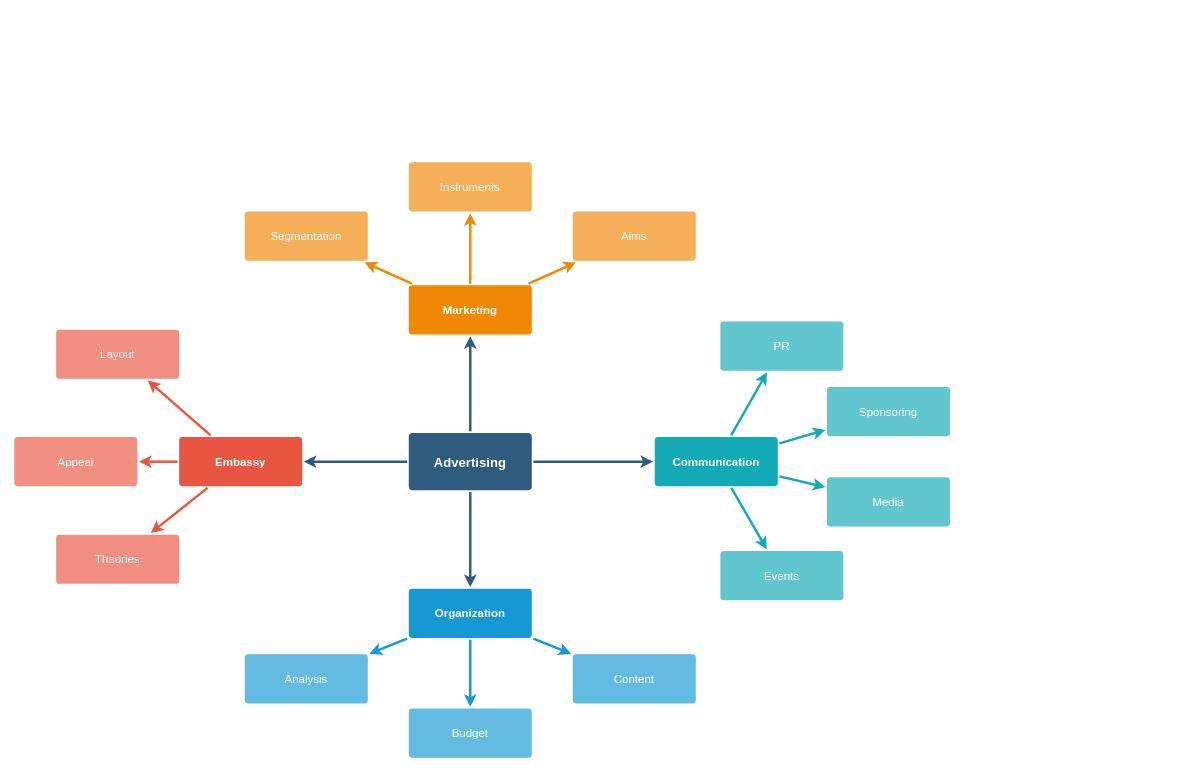
This is Validacao_JVC_Ciclo_03.drawio from Heartless-Caesar/Estudos, a draw.io file, before an edit. Source tidied: cells renumbered, new cells numbered last; positions are measured from the earlier drawing's top-left corner, leaving out a move shared by most shapes. Both pictures are drawn from the tidied source at 82%, with x=0, y=0 at pixel (14, 162).
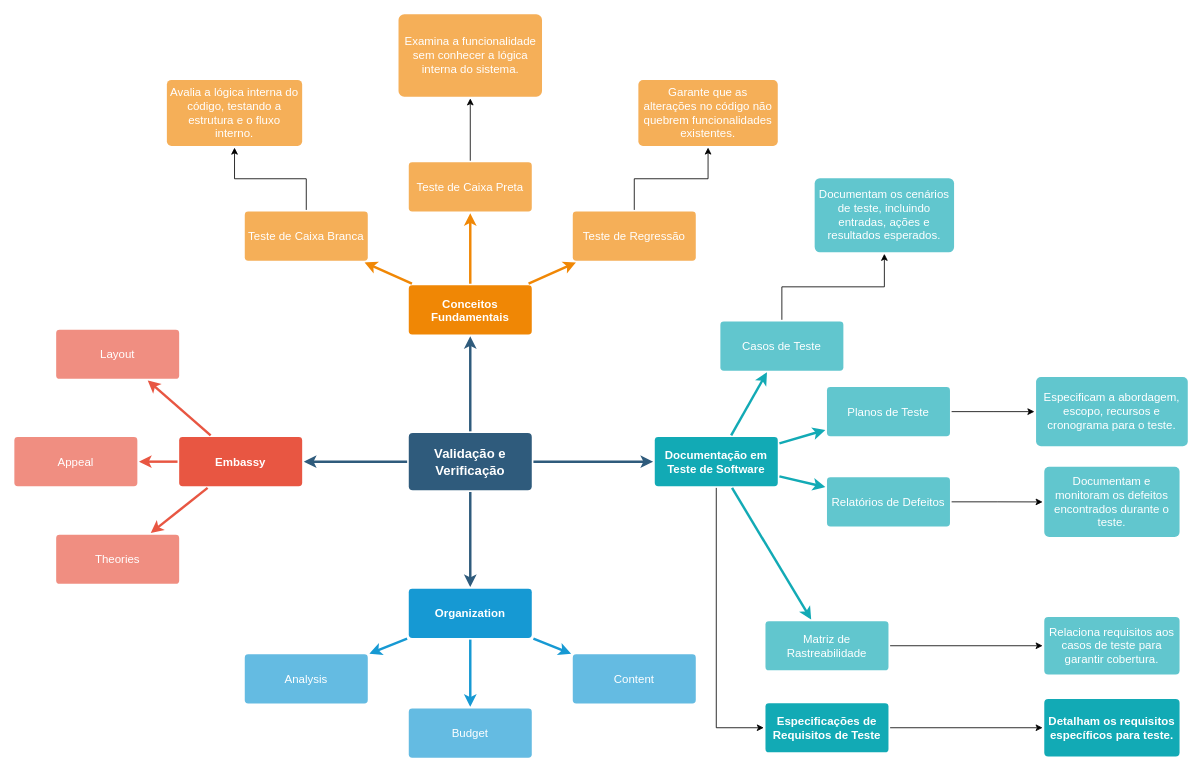
Above is the later version.

Diff of the diagram source:
```diff
@@
-    <mxCell id="6" value="Advertising" style="rounded=1;whiteSpace=wrap;html=1;shadow=0;labelBackgroundColor=none;strokeColor=none;strokeWidth=3;fillColor=#2F5B7C;fontFamily=Helvetica;fontSize=16;fontColor=#FFFFFF;align=center;fontStyle=1;spacing=5;arcSize=7;perimeterSpacing=2;" parent="1" vertex="1">
+    <mxCell id="6" value="Validação e Verificação" style="rounded=1;whiteSpace=wrap;html=1;shadow=0;labelBackgroundColor=none;strokeColor=none;strokeWidth=3;fillColor=#2F5B7C;fontFamily=Helvetica;fontSize=16;fontColor=#FFFFFF;align=center;fontStyle=1;spacing=5;arcSize=7;perimeterSpacing=2;" parent="1" vertex="1">
       <mxGeometry x="481" y="330.5" width="150" height="70" as="geometry" />
     </mxCell>
@@
-    <mxCell id="21" value="Marketing" style="rounded=1;whiteSpace=wrap;html=1;shadow=0;labelBackgroundColor=none;strokeColor=none;strokeWidth=3;fillColor=#F08705;fontFamily=Helvetica;fontSize=14;fontColor=#FFFFFF;align=center;spacing=5;fontStyle=1;arcSize=7;perimeterSpacing=2;" parent="1" vertex="1">
+    <mxCell id="21" value="Conceitos Fundamentais" style="rounded=1;whiteSpace=wrap;html=1;shadow=0;labelBackgroundColor=none;strokeColor=none;strokeWidth=3;fillColor=#F08705;fontFamily=Helvetica;fontSize=14;fontColor=#FFFFFF;align=center;spacing=5;fontStyle=1;arcSize=7;perimeterSpacing=2;" parent="1" vertex="1">
       <mxGeometry x="481" y="150.5" width="150" height="60" as="geometry" />
     </mxCell>
+    <mxCell id="37" style="edgeStyle=orthogonalEdgeStyle;rounded=0;jettySize=auto;html=1;" parent="1" edge="1" source="22" target="47">
+      <mxGeometry relative="1" as="geometry" />
+    </mxCell>
-    <mxCell id="22" value="Aims&lt;br&gt;" style="rounded=1;whiteSpace=wrap;html=1;shadow=0;labelBackgroundColor=none;strokeColor=none;strokeWidth=3;fillColor=#f5af58;fontFamily=Helvetica;fontSize=14;fontColor=#FFFFFF;align=center;spacing=5;arcSize=7;perimeterSpacing=2;" parent="1" vertex="1">
+    <mxCell id="22" value="Teste de Regressão" style="rounded=1;whiteSpace=wrap;html=1;shadow=0;labelBackgroundColor=none;strokeColor=none;strokeWidth=3;fillColor=#f5af58;fontFamily=Helvetica;fontSize=14;fontColor=#FFFFFF;align=center;spacing=5;arcSize=7;perimeterSpacing=2;" parent="1" vertex="1">
       <mxGeometry x="681" y="60.5" width="150" height="60" as="geometry" />
     </mxCell>
@@
+    <mxCell id="38" style="edgeStyle=orthogonalEdgeStyle;rounded=0;jettySize=auto;html=1;" parent="1" edge="1" source="24" target="46">
+      <mxGeometry relative="1" as="geometry" />
+    </mxCell>
-    <mxCell id="24" value="Instruments" style="rounded=1;whiteSpace=wrap;html=1;shadow=0;labelBackgroundColor=none;strokeColor=none;strokeWidth=3;fillColor=#f5af58;fontFamily=Helvetica;fontSize=14;fontColor=#FFFFFF;align=center;spacing=5;arcSize=7;perimeterSpacing=2;" parent="1" vertex="1">
+    <mxCell id="24" value="Teste de Caixa Preta" style="rounded=1;whiteSpace=wrap;html=1;shadow=0;labelBackgroundColor=none;strokeColor=none;strokeWidth=3;fillColor=#f5af58;fontFamily=Helvetica;fontSize=14;fontColor=#FFFFFF;align=center;spacing=5;arcSize=7;perimeterSpacing=2;" parent="1" vertex="1">
       <mxGeometry x="481" y="0.5" width="150" height="60" as="geometry" />
     </mxCell>
@@
+    <mxCell id="39" style="edgeStyle=orthogonalEdgeStyle;rounded=0;jettySize=auto;html=1;" parent="1" edge="1" source="26" target="45">
+      <mxGeometry relative="1" as="geometry" />
+    </mxCell>
-    <mxCell id="26" value="Segmentation" style="rounded=1;whiteSpace=wrap;html=1;shadow=0;labelBackgroundColor=none;strokeColor=none;strokeWidth=3;fillColor=#f5af58;fontFamily=Helvetica;fontSize=14;fontColor=#FFFFFF;align=center;spacing=5;arcSize=7;perimeterSpacing=2;" parent="1" vertex="1">
+    <mxCell id="26" value="Teste de Caixa Branca" style="rounded=1;whiteSpace=wrap;html=1;shadow=0;labelBackgroundColor=none;strokeColor=none;strokeWidth=3;fillColor=#f5af58;fontFamily=Helvetica;fontSize=14;fontColor=#FFFFFF;align=center;spacing=5;arcSize=7;perimeterSpacing=2;" parent="1" vertex="1">
       <mxGeometry x="281" y="60.5" width="150" height="60" as="geometry" />
     </mxCell>
@@
+    <mxCell id="40" style="edgeStyle=orthogonalEdgeStyle;rounded=0;jettySize=auto;html=1;" parent="1" edge="1" source="28" target="49">
+      <mxGeometry relative="1" as="geometry">
+        <Array as="points">
+          <mxPoint x="856" y="690" />
+        </Array>
+      </mxGeometry>
+    </mxCell>
-    <mxCell id="28" value="Communication" style="rounded=1;whiteSpace=wrap;html=1;shadow=0;labelBackgroundColor=none;strokeColor=none;strokeWidth=3;fillColor=#12aab5;fontFamily=Helvetica;fontSize=14;fontColor=#FFFFFF;align=center;spacing=5;fontStyle=1;arcSize=7;perimeterSpacing=2;" parent="1" vertex="1">
+    <mxCell id="28" value="Documentação em Teste de Software" style="rounded=1;whiteSpace=wrap;html=1;shadow=0;labelBackgroundColor=none;strokeColor=none;strokeWidth=3;fillColor=#12aab5;fontFamily=Helvetica;fontSize=14;fontColor=#FFFFFF;align=center;spacing=5;fontStyle=1;arcSize=7;perimeterSpacing=2;" parent="1" vertex="1">
       <mxGeometry x="781" y="335.5" width="150" height="60" as="geometry" />
     </mxCell>
+    <mxCell id="41" style="edgeStyle=orthogonalEdgeStyle;rounded=0;jettySize=auto;html=1;" parent="1" edge="1" source="29" target="53">
+      <mxGeometry relative="1" as="geometry" />
+    </mxCell>
-    <mxCell id="29" value="Events" style="rounded=1;whiteSpace=wrap;html=1;shadow=0;labelBackgroundColor=none;strokeColor=none;strokeWidth=3;fillColor=#61c6ce;fontFamily=Helvetica;fontSize=14;fontColor=#FFFFFF;align=center;spacing=5;fontStyle=0;arcSize=7;perimeterSpacing=2;" parent="1" vertex="1">
-      <mxGeometry x="861" y="474.5" width="150" height="60" as="geometry" />
+    <mxCell id="29" value="Matriz de Rastreabilidade" style="rounded=1;whiteSpace=wrap;html=1;shadow=0;labelBackgroundColor=none;strokeColor=none;strokeWidth=3;fillColor=#61c6ce;fontFamily=Helvetica;fontSize=14;fontColor=#FFFFFF;align=center;spacing=5;fontStyle=0;arcSize=7;perimeterSpacing=2;" parent="1" vertex="1">
+      <mxGeometry x="916" y="560" width="150" height="60" as="geometry" />
     </mxCell>
@@
+    <mxCell id="42" style="edgeStyle=orthogonalEdgeStyle;rounded=0;jettySize=auto;html=1;" parent="1" edge="1" source="31" target="52">
+      <mxGeometry relative="1" as="geometry" />
+    </mxCell>
-    <mxCell id="31" value="Media" style="rounded=1;whiteSpace=wrap;html=1;shadow=0;labelBackgroundColor=none;strokeColor=none;strokeWidth=3;fillColor=#61c6ce;fontFamily=Helvetica;fontSize=14;fontColor=#FFFFFF;align=center;spacing=5;fontStyle=0;arcSize=7;perimeterSpacing=2;" parent="1" vertex="1">
+    <mxCell id="31" value="Relatórios de Defeitos" style="rounded=1;whiteSpace=wrap;html=1;shadow=0;labelBackgroundColor=none;strokeColor=none;strokeWidth=3;fillColor=#61c6ce;fontFamily=Helvetica;fontSize=14;fontColor=#FFFFFF;align=center;spacing=5;fontStyle=0;arcSize=7;perimeterSpacing=2;" parent="1" vertex="1">
       <mxGeometry x="991" y="384.5" width="150" height="60" as="geometry" />
     </mxCell>
@@
+    <mxCell id="43" style="edgeStyle=orthogonalEdgeStyle;rounded=0;jettySize=auto;html=1;" parent="1" edge="1" source="33" target="51">
+      <mxGeometry relative="1" as="geometry" />
+    </mxCell>
-    <mxCell id="33" value="Sponsoring" style="rounded=1;whiteSpace=wrap;html=1;shadow=0;labelBackgroundColor=none;strokeColor=none;strokeWidth=3;fillColor=#61c6ce;fontFamily=Helvetica;fontSize=14;fontColor=#FFFFFF;align=center;spacing=5;fontStyle=0;arcSize=7;perimeterSpacing=2;" parent="1" vertex="1">
+    <mxCell id="33" value="Planos de Teste" style="rounded=1;whiteSpace=wrap;html=1;shadow=0;labelBackgroundColor=none;strokeColor=none;strokeWidth=3;fillColor=#61c6ce;fontFamily=Helvetica;fontSize=14;fontColor=#FFFFFF;align=center;spacing=5;fontStyle=0;arcSize=7;perimeterSpacing=2;" parent="1" vertex="1">
       <mxGeometry x="991" y="274.5" width="150" height="60" as="geometry" />
     </mxCell>
@@
+    <mxCell id="44" style="edgeStyle=orthogonalEdgeStyle;rounded=0;jettySize=auto;html=1;" parent="1" edge="1" source="35" target="50">
+      <mxGeometry relative="1" as="geometry" />
+    </mxCell>
-    <mxCell id="35" value="PR" style="rounded=1;whiteSpace=wrap;html=1;shadow=0;labelBackgroundColor=none;strokeColor=none;strokeWidth=3;fillColor=#61c6ce;fontFamily=Helvetica;fontSize=14;fontColor=#FFFFFF;align=center;spacing=5;fontStyle=0;arcSize=7;perimeterSpacing=2;" parent="1" vertex="1">
+    <mxCell id="35" value="Casos de Teste" style="rounded=1;whiteSpace=wrap;html=1;shadow=0;labelBackgroundColor=none;strokeColor=none;strokeWidth=3;fillColor=#61c6ce;fontFamily=Helvetica;fontSize=14;fontColor=#FFFFFF;align=center;spacing=5;fontStyle=0;arcSize=7;perimeterSpacing=2;" parent="1" vertex="1">
       <mxGeometry x="861" y="194.5" width="150" height="60" as="geometry" />
     </mxCell>
@@
+    <mxCell id="45" value="Avalia a lógica interna do código, testando a estrutura e o fluxo interno." style="rounded=1;whiteSpace=wrap;html=1;shadow=0;labelBackgroundColor=none;strokeColor=none;strokeWidth=3;fillColor=#f5af58;fontFamily=Helvetica;fontSize=14;fontColor=#FFFFFF;align=center;spacing=5;arcSize=7;perimeterSpacing=2;" parent="1" vertex="1">
+      <mxGeometry x="186" y="-100" width="165" height="80.5" as="geometry" />
+    </mxCell>
+    <mxCell id="46" value="Examina a funcionalidade sem conhecer a lógica interna do sistema." style="rounded=1;whiteSpace=wrap;html=1;shadow=0;labelBackgroundColor=none;strokeColor=none;strokeWidth=3;fillColor=#f5af58;fontFamily=Helvetica;fontSize=14;fontColor=#FFFFFF;align=center;spacing=5;arcSize=7;perimeterSpacing=2;" parent="1" vertex="1">
+      <mxGeometry x="468.5" y="-180" width="175" height="100.5" as="geometry" />
+    </mxCell>
+    <mxCell id="47" value="Garante que as alterações no código não quebrem funcionalidades existentes." style="rounded=1;whiteSpace=wrap;html=1;shadow=0;labelBackgroundColor=none;strokeColor=none;strokeWidth=3;fillColor=#f5af58;fontFamily=Helvetica;fontSize=14;fontColor=#FFFFFF;align=center;spacing=5;arcSize=7;perimeterSpacing=2;" parent="1" vertex="1">
+      <mxGeometry x="761" y="-99.8" width="170" height="80.2" as="geometry" />
+    </mxCell>
+    <mxCell id="48" style="edgeStyle=orthogonalEdgeStyle;rounded=0;jettySize=auto;html=1;" parent="1" edge="1" source="49" target="54">
+      <mxGeometry relative="1" as="geometry" />
+    </mxCell>
+    <mxCell id="49" value="Especificações de Requisitos de Teste" style="rounded=1;whiteSpace=wrap;html=1;shadow=0;labelBackgroundColor=none;strokeColor=none;strokeWidth=3;fillColor=#12aab5;fontFamily=Helvetica;fontSize=14;fontColor=#FFFFFF;align=center;spacing=5;fontStyle=1;arcSize=7;perimeterSpacing=2;" parent="1" vertex="1">
+      <mxGeometry x="916" y="660" width="150" height="60" as="geometry" />
+    </mxCell>
+    <mxCell id="50" value="Documentam os cenários de teste, incluindo entradas, ações e resultados esperados." style="rounded=1;whiteSpace=wrap;html=1;shadow=0;labelBackgroundColor=none;strokeColor=none;strokeWidth=3;fillColor=#61c6ce;fontFamily=Helvetica;fontSize=14;fontColor=#FFFFFF;align=center;spacing=5;fontStyle=0;arcSize=7;perimeterSpacing=2;" parent="1" vertex="1">
+      <mxGeometry x="976" y="20" width="170" height="90" as="geometry" />
+    </mxCell>
+    <mxCell id="51" value="Especificam a abordagem, escopo, recursos e cronograma para o teste." style="rounded=1;whiteSpace=wrap;html=1;shadow=0;labelBackgroundColor=none;strokeColor=none;strokeWidth=3;fillColor=#61c6ce;fontFamily=Helvetica;fontSize=14;fontColor=#FFFFFF;align=center;spacing=5;fontStyle=0;arcSize=7;perimeterSpacing=2;" parent="1" vertex="1">
+      <mxGeometry x="1246" y="262.2" width="185" height="84.5" as="geometry" />
+    </mxCell>
+    <mxCell id="52" value="Documentam e monitoram os defeitos encontrados durante o teste." style="rounded=1;whiteSpace=wrap;html=1;shadow=0;labelBackgroundColor=none;strokeColor=none;strokeWidth=3;fillColor=#61c6ce;fontFamily=Helvetica;fontSize=14;fontColor=#FFFFFF;align=center;spacing=5;fontStyle=0;arcSize=7;perimeterSpacing=2;" parent="1" vertex="1">
+      <mxGeometry x="1256" y="371.8" width="165" height="85.5" as="geometry" />
+    </mxCell>
+    <mxCell id="53" value="Relaciona requisitos aos casos de teste para garantir cobertura." style="rounded=1;whiteSpace=wrap;html=1;shadow=0;labelBackgroundColor=none;strokeColor=none;strokeWidth=3;fillColor=#61c6ce;fontFamily=Helvetica;fontSize=14;fontColor=#FFFFFF;align=center;spacing=5;fontStyle=0;arcSize=7;perimeterSpacing=2;" parent="1" vertex="1">
+      <mxGeometry x="1256" y="555" width="165" height="70" as="geometry" />
+    </mxCell>
+    <mxCell id="54" value="Detalham os requisitos específicos para teste." style="rounded=1;whiteSpace=wrap;html=1;shadow=0;labelBackgroundColor=none;strokeColor=none;strokeWidth=3;fillColor=#12aab5;fontFamily=Helvetica;fontSize=14;fontColor=#FFFFFF;align=center;spacing=5;fontStyle=1;arcSize=7;perimeterSpacing=2;" parent="1" vertex="1">
+      <mxGeometry x="1256" y="655" width="165" height="70" as="geometry" />
+    </mxCell>
```
